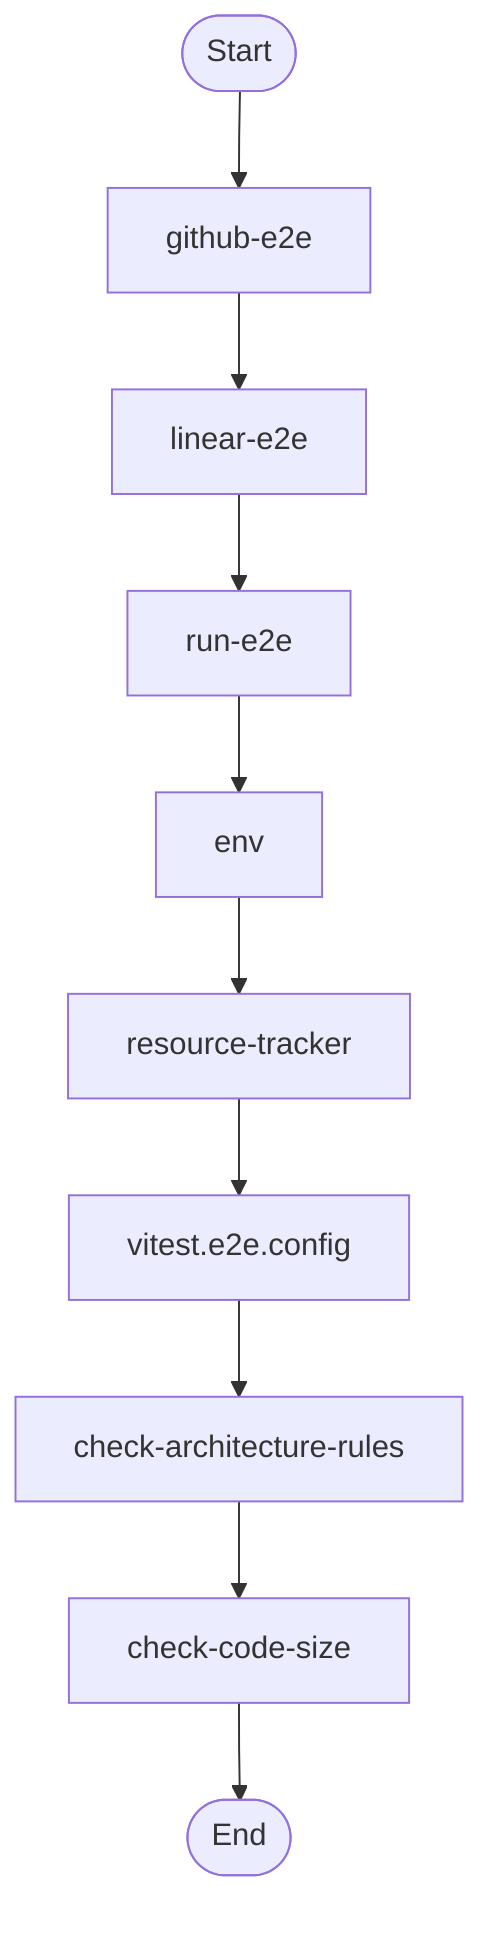
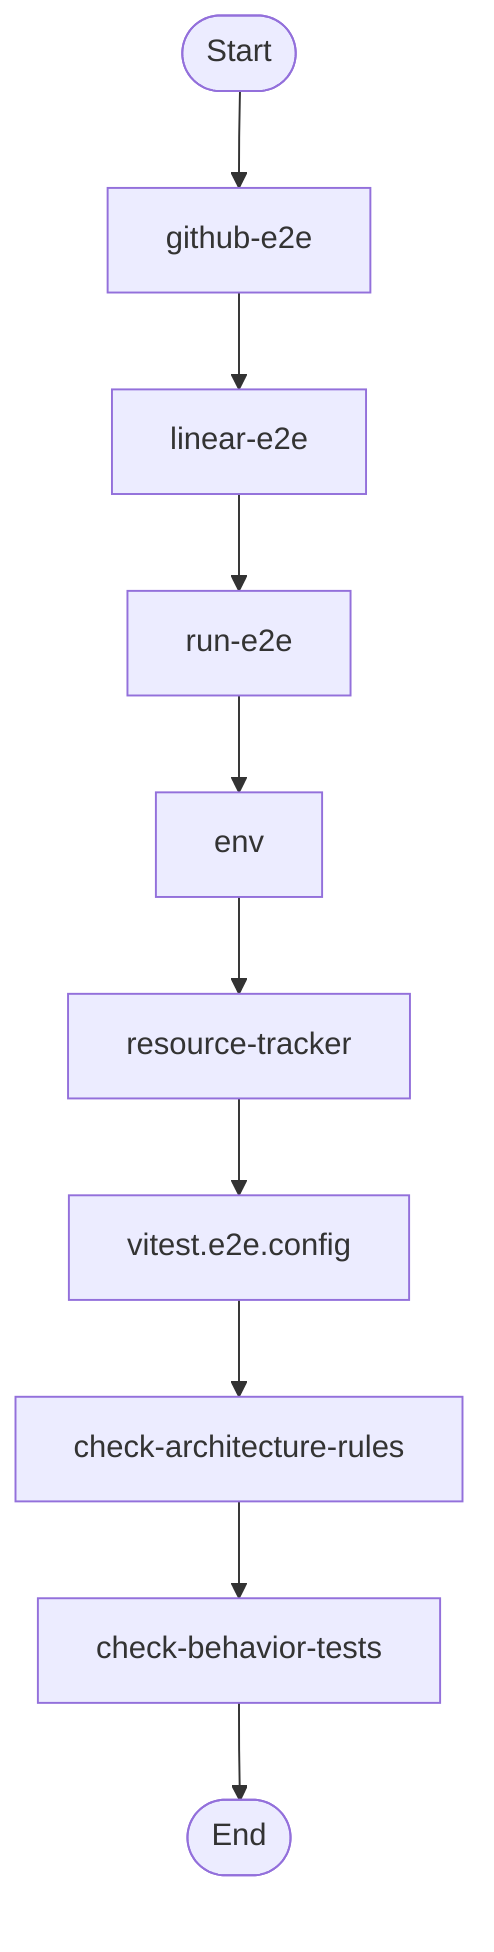
flowchart TD
  Start(["Start"])
  github_e2e_2891a341["github-e2e"]
  Start --> github_e2e_2891a341
  linear_e2e_decf3708["linear-e2e"]
  github_e2e_2891a341 --> linear_e2e_decf3708
  run_e2e_39efe696["run-e2e"]
  linear_e2e_decf3708 --> run_e2e_39efe696
  env_b77349bf["env"]
  run_e2e_39efe696 --> env_b77349bf
  resource_tracker_d95b6649["resource-tracker"]
  env_b77349bf --> resource_tracker_d95b6649
  vitest_e2e_config_4e2a61bc["vitest.e2e.config"]
  resource_tracker_d95b6649 --> vitest_e2e_config_4e2a61bc
  check_architecture_rules_6b7347fd["check-architecture-rules"]
  vitest_e2e_config_4e2a61bc --> check_architecture_rules_6b7347fd
-   check_code_size_9c5efc3a["check-code-size"]
-   check_architecture_rules_6b7347fd --> check_code_size_9c5efc3a
+   check_behavior_tests_2577f6be["check-behavior-tests"]
+   check_architecture_rules_6b7347fd --> check_behavior_tests_2577f6be
  End(["End"])
-   check_code_size_9c5efc3a --> End
+   check_behavior_tests_2577f6be --> End
